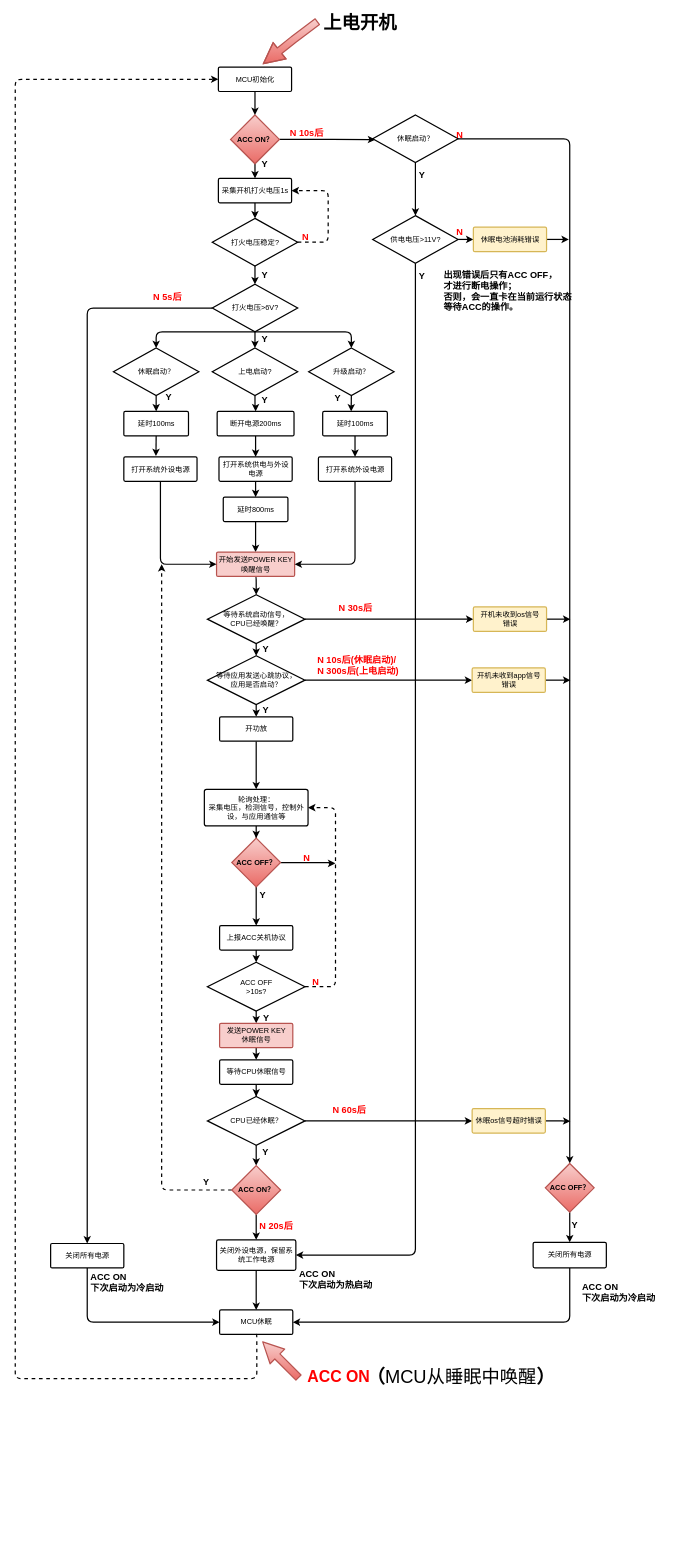
The draw.io diagram page "第 3 页" (3 of 3) of 009_XIUMING.drawio in yintianlan/Picture_Draw, before the edit. Source tidied: cells renumbered, new cells numbered last; positions are measured from the earlier drawing's top-left corner, leaving out a move shared by most shapes. Both pictures are drawn from the tidied source at 61%, with x=0, y=0 at pixel (15, 10).
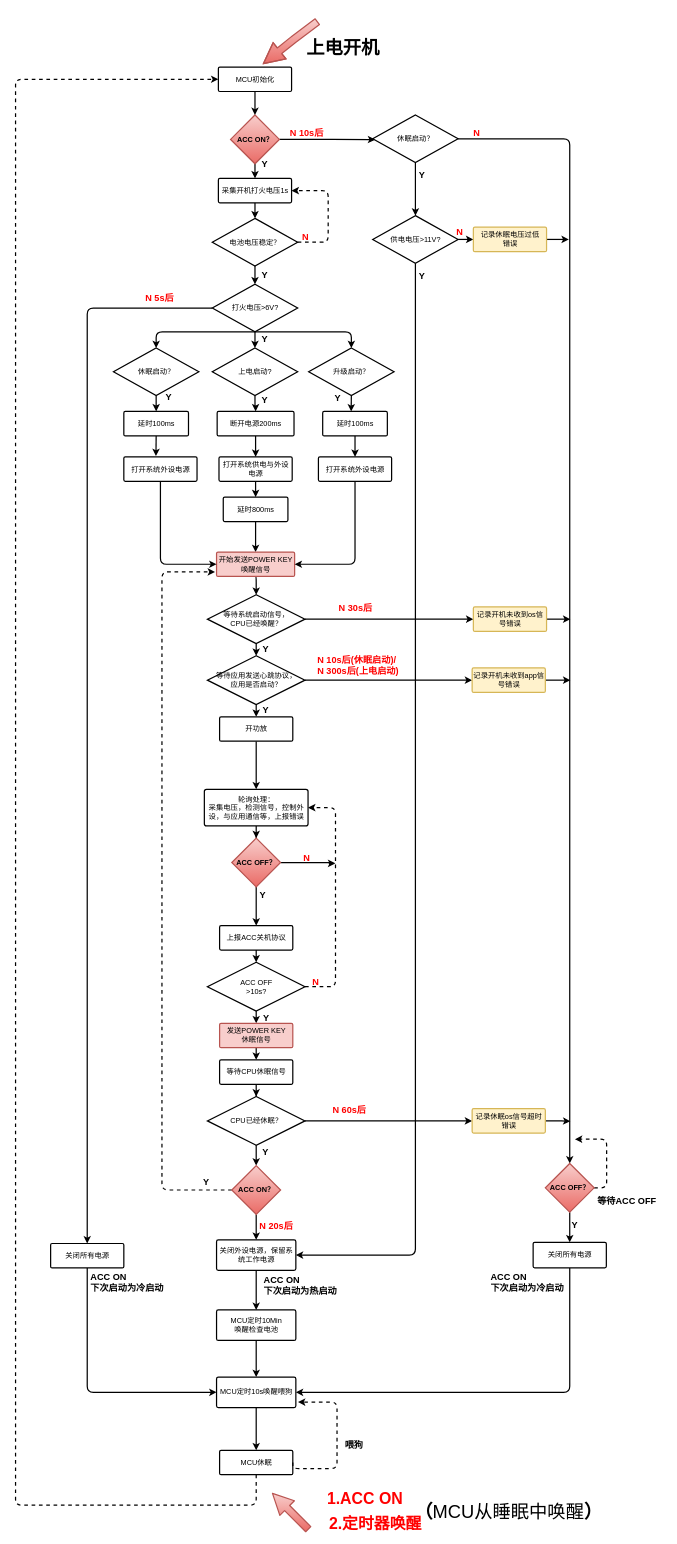
Above is the later version.

The change refers to these unchanged cells:
```xml
<mxCell id="17" value="等待系统启动信号，&lt;br&gt;CPU已经唤醒？" style="strokeWidth=2;html=1;shape=mxgraph.flowchart.decision;whiteSpace=wrap;fillColor=#ffffff;fontFamily=Helvetica;align=center;strokeColor=#000000;" parent="1" vertex="1">
  <mxGeometry x="315.5" y="957.5" width="160" height="80" as="geometry" />
</mxCell>
<mxCell id="33" value="关闭外设电源，保留系统工作电源" style="strokeWidth=2;html=1;shape=mxgraph.flowchart.process;whiteSpace=wrap;fillColor=none;fontFamily=Helvetica;align=center;strokeColor=#000000;" parent="1" vertex="1">
  <mxGeometry x="330.5" y="2015" width="130" height="50" as="geometry" />
</mxCell>
<mxCell id="39" value="MCU初始化" style="strokeWidth=2;html=1;shape=mxgraph.flowchart.process;whiteSpace=wrap;fontFamily=Helvetica;align=center;" parent="1" vertex="1">
  <mxGeometry x="333.5" y="92.5" width="120" height="40" as="geometry" />
</mxCell>
<mxCell id="59" value="&lt;b&gt;ACC ON？&lt;/b&gt;" style="rhombus;whiteSpace=wrap;html=1;strokeWidth=2;fillColor=#f8cecc;fontFamily=Helvetica;align=center;strokeColor=#b85450;gradientColor=#ea6b66;" parent="1" vertex="1">
  <mxGeometry x="355.5" y="1893.3" width="80" height="80" as="geometry" />
</mxCell>
<mxCell id="65" value="关闭所有电源&lt;br&gt;" style="strokeWidth=2;html=1;shape=mxgraph.flowchart.process;whiteSpace=wrap;fillColor=none;fontFamily=Helvetica;align=center;strokeColor=#000000;" parent="1" vertex="1">
  <mxGeometry x="58.5" y="2021" width="120" height="40" as="geometry" />
</mxCell>
<mxCell id="85" value="关闭所有电源" style="strokeWidth=2;html=1;shape=mxgraph.flowchart.process;whiteSpace=wrap;fillColor=none;fontFamily=Helvetica;align=center;strokeColor=#000000;" parent="1" vertex="1">
  <mxGeometry x="849.5" y="2019" width="120" height="42" as="geometry" />
</mxCell>
<mxCell id="91" value="&lt;b&gt;ACC OFF？&lt;/b&gt;" style="rhombus;whiteSpace=wrap;html=1;strokeWidth=2;fillColor=#f8cecc;fontFamily=Helvetica;align=center;strokeColor=#b85450;gradientColor=#ea6b66;" parent="1" vertex="1">
  <mxGeometry x="869.5" y="1889.8" width="80" height="80" as="geometry" />
</mxCell>
```

What changed in the source:
```diff
@@
-    <mxCell id="2" value="&lt;font style=&quot;font-size: 15px&quot;&gt;&lt;b&gt;出现错误后只有ACC OFF，&lt;br&gt;才进行断电操作；&lt;br&gt;否则，会一直卡在当前运行状态&lt;br&gt;等待ACC的操作。&lt;/b&gt;&lt;br&gt;&lt;/font&gt;" style="text;html=1;align=left;verticalAlign=top;spacingTop=-4;" parent="1" vertex="1">
-      <mxGeometry x="700.5" y="420.5" width="240" height="60" as="geometry" />
+    <mxCell id="2" value="&lt;font style=&quot;font-size: 15px&quot;&gt;&lt;br&gt;&lt;/font&gt;" style="text;html=1;align=left;verticalAlign=top;spacingTop=-4;" parent="1" vertex="1">
+      <mxGeometry x="700.5" y="420.5" width="20" height="20" as="geometry" />
     </mxCell>
@@
-    <mxCell id="16" style="edgeStyle=orthogonalEdgeStyle;rounded=1;jettySize=auto;html=1;exitX=1;exitY=0.5;exitDx=0;exitDy=0;exitPerimeter=0;strokeWidth=2;entryX=0;entryY=0.5;entryDx=0;entryDy=0;entryPerimeter=0;" parent="1" edge="1" source="17" target="100">
+    <mxCell id="16" style="edgeStyle=orthogonalEdgeStyle;rounded=1;jettySize=auto;html=1;exitX=1;exitY=0.5;exitDx=0;exitDy=0;exitPerimeter=0;entryX=0;entryY=0.5;entryDx=0;entryDy=0;entryPerimeter=0;strokeWidth=2;" parent="1" edge="1" source="17" target="100">
       <mxGeometry relative="1" as="geometry" />
     </mxCell>
@@
-    <mxCell id="21" value="轮询处理：&lt;br&gt;采集电压，检测信号，控制外设，与应用通信等" style="strokeWidth=2;html=1;shape=mxgraph.flowchart.process;whiteSpace=wrap;fontFamily=Helvetica;align=center;" parent="1" vertex="1">
+    <mxCell id="21" value="轮询处理：&lt;br&gt;采集电压，检测信号，控制外设，与应用通信等，上报错误" style="strokeWidth=2;html=1;shape=mxgraph.flowchart.process;whiteSpace=wrap;fontFamily=Helvetica;align=center;" parent="1" vertex="1">
       <mxGeometry x="310.5" y="1276.5" width="170" height="60" as="geometry" />
     </mxCell>
@@
     <mxCell id="28" style="edgeStyle=orthogonalEdgeStyle;rounded=1;jettySize=auto;html=1;exitX=0.5;exitY=1;exitDx=0;exitDy=0;exitPerimeter=0;strokeWidth=2;entryX=0;entryY=0.5;entryDx=0;entryDy=0;entryPerimeter=0;dashed=1;" parent="1" edge="1" source="29" target="39">
       <mxGeometry relative="1" as="geometry">
         <Array as="points">
-          <mxPoint x="396.5" y="2242.5" />
-          <mxPoint x="0.5" y="2242.5" />
-          <mxPoint x="0.5" y="112.5" />
+          <mxPoint x="396" y="2450" />
+          <mxPoint x="1" y="2450" />
+          <mxPoint x="1" y="112" />
         </Array>
       </mxGeometry>
     </mxCell>
+    <mxCell id="126" style="edgeStyle=orthogonalEdgeStyle;rounded=1;jettySize=auto;html=1;exitX=1;exitY=0.5;exitDx=0;exitDy=0;exitPerimeter=0;strokeWidth=2;dashed=1;" parent="1" edge="1" source="29">
+      <mxGeometry relative="1" as="geometry">
+        <mxPoint x="464" y="2281" as="targetPoint" />
+        <Array as="points">
+          <mxPoint x="528" y="2390" />
+          <mxPoint x="528" y="2281" />
+        </Array>
+      </mxGeometry>
+    </mxCell>
     <mxCell id="29" value="MCU休眠" style="strokeWidth=2;html=1;shape=mxgraph.flowchart.process;whiteSpace=wrap;fillColor=none;fontFamily=Helvetica;align=center;strokeColor=#000000;" parent="1" vertex="1">
-      <mxGeometry x="335.5" y="2130" width="120" height="40" as="geometry" />
+      <mxGeometry x="335.5" y="2360" width="120" height="40" as="geometry" />
     </mxCell>
@@
-    <mxCell id="32" style="edgeStyle=orthogonalEdgeStyle;rounded=0;jettySize=auto;html=1;strokeWidth=2;entryX=0.5;entryY=0;entryDx=0;entryDy=0;entryPerimeter=0;" parent="1" edge="1" source="33" target="29">
-      <mxGeometry relative="1" as="geometry" />
-    </mxCell>
+    <mxCell id="127" style="edgeStyle=orthogonalEdgeStyle;rounded=1;jettySize=auto;html=1;exitX=0.5;exitY=1;exitDx=0;exitDy=0;exitPerimeter=0;entryX=0.5;entryY=0;entryDx=0;entryDy=0;entryPerimeter=0;strokeWidth=2;" parent="1" edge="1" source="33" target="131">
+      <mxGeometry relative="1" as="geometry" />
+    </mxCell>
@@
     <mxCell id="35" style="shape=flexArrow;endArrow=classic;html=1;fillColor=#f8cecc;strokeWidth=2;fontFamily=Helvetica;fontSize=15;strokeColor=#b85450;gradientColor=#ea6b66;width=10.833333333333334;endSize=10.641666666666667;endWidth=20;" parent="1" edge="1">
       <mxGeometry relative="1" as="geometry">
-        <mxPoint x="465.5" y="2241.5" as="sourcePoint" />
-        <mxPoint x="405.5" y="2181.5" as="targetPoint" />
+        <mxPoint x="481.5" y="2490" as="sourcePoint" />
+        <mxPoint x="421.5" y="2430" as="targetPoint" />
       </mxGeometry>
     </mxCell>
     <mxCell id="36" value="&lt;b&gt;ACC ON&lt;br&gt;下次启动为热启动&lt;br&gt;&lt;/b&gt;" style="text;html=1;align=left;verticalAlign=top;spacingTop=-4;fontSize=15;fontFamily=Helvetica;" parent="1" vertex="1">
-      <mxGeometry x="463.5" y="2060" width="140" height="40" as="geometry" />
+      <mxGeometry x="405.5" y="2070" width="140" height="40" as="geometry" />
     </mxCell>
     <mxCell id="37" value="&lt;b&gt;&lt;font style=&quot;font-size: 30px&quot;&gt;上电开机&lt;/font&gt;&lt;/b&gt;" style="text;html=1;align=left;verticalAlign=top;spacingTop=-4;fontSize=15;fontFamily=Helvetica;" parent="1" vertex="1">
-      <mxGeometry x="503.5" width="140" height="20" as="geometry" />
+      <mxGeometry x="475.5" y="40" width="140" height="20" as="geometry" />
     </mxCell>
@@
     <mxCell id="58" style="edgeStyle=orthogonalEdgeStyle;rounded=1;jettySize=auto;html=1;strokeWidth=2;dashed=1;exitX=0;exitY=0.5;exitDx=0;exitDy=0;" parent="1" edge="1" source="59">
       <mxGeometry relative="1" as="geometry">
-        <mxPoint x="240.5" y="907.5" as="targetPoint" />
+        <mxPoint x="328" y="920" as="targetPoint" />
         <Array as="points">
-          <mxPoint x="240.5" y="1933.5" />
-          <mxPoint x="240.5" y="907.5" />
+          <mxPoint x="241" y="1933" />
         </Array>
       </mxGeometry>
     </mxCell>
@@
+    <mxCell id="128" style="edgeStyle=orthogonalEdgeStyle;rounded=1;jettySize=auto;html=1;exitX=0.5;exitY=1;exitDx=0;exitDy=0;exitPerimeter=0;entryX=0;entryY=0.5;entryDx=0;entryDy=0;entryPerimeter=0;strokeWidth=2;" parent="1" edge="1" source="65" target="133">
+      <mxGeometry relative="1" as="geometry" />
+    </mxCell>
@@
-    <mxCell id="66" style="edgeStyle=segmentEdgeStyle;endArrow=classic;html=1;strokeWidth=2;entryX=0;entryY=0.5;entryDx=0;entryDy=0;entryPerimeter=0;exitX=0.5;exitY=1;exitDx=0;exitDy=0;exitPerimeter=0;" parent="1" edge="1" source="65" target="29">
-      <mxGeometry relative="1" as="geometry">
-        <Array as="points">
-          <mxPoint x="119" y="2150" />
-        </Array>
-      </mxGeometry>
-    </mxCell>
@@
     <mxCell id="76" value="&lt;span style=&quot;font-size: 15px&quot;&gt;&lt;font color=&quot;#ff0000&quot;&gt;N 5s后&lt;/font&gt;&lt;/span&gt;" style="text;html=1;align=left;verticalAlign=top;spacingTop=-4;fontFamily=Helvetica;strokeWidth=2;fontSize=15;fontStyle=1;" parent="1" vertex="1">
-      <mxGeometry x="224.5" y="457.5" width="60" height="20" as="geometry" />
+      <mxGeometry x="211.5" y="460" width="60" height="20" as="geometry" />
     </mxCell>
@@
-    <mxCell id="81" value="打火电压稳定?" style="strokeWidth=2;html=1;shape=mxgraph.flowchart.decision;whiteSpace=wrap;fillColor=#ffffff;fontFamily=Helvetica;align=center;strokeColor=#000000;" parent="1" vertex="1">
+    <mxCell id="81" value="电池电压稳定？" style="strokeWidth=2;html=1;shape=mxgraph.flowchart.decision;whiteSpace=wrap;fillColor=#ffffff;fontFamily=Helvetica;align=center;strokeColor=#000000;" parent="1" vertex="1">
       <mxGeometry x="323.5" y="340.5" width="140" height="78" as="geometry" />
     </mxCell>
@@
-    <mxCell id="84" style="edgeStyle=orthogonalEdgeStyle;rounded=1;jettySize=auto;html=1;exitX=0.5;exitY=1;exitDx=0;exitDy=0;exitPerimeter=0;strokeWidth=2;entryX=1;entryY=0.5;entryDx=0;entryDy=0;entryPerimeter=0;" parent="1" edge="1" source="85" target="29">
+    <mxCell id="84" style="edgeStyle=orthogonalEdgeStyle;rounded=1;jettySize=auto;html=1;exitX=0.5;exitY=1;exitDx=0;exitDy=0;exitPerimeter=0;strokeWidth=2;entryX=1;entryY=0.5;entryDx=0;entryDy=0;entryPerimeter=0;" parent="1" edge="1" source="85" target="133">
       <mxGeometry relative="1" as="geometry">
         <Array as="points">
-          <mxPoint x="909" y="2150" />
+          <mxPoint x="910" y="2265" />
         </Array>
       </mxGeometry>
     </mxCell>
@@
+    <mxCell id="129" style="edgeStyle=orthogonalEdgeStyle;rounded=1;jettySize=auto;html=1;exitX=1;exitY=0.5;exitDx=0;exitDy=0;dashed=1;strokeWidth=2;" parent="1" edge="1" source="91">
+      <mxGeometry relative="1" as="geometry">
+        <mxPoint x="918" y="1850" as="targetPoint" />
+        <Array as="points">
+          <mxPoint x="970" y="1930" />
+          <mxPoint x="970" y="1850" />
+        </Array>
+      </mxGeometry>
+    </mxCell>
@@
     <mxCell id="92" value="&lt;font color=&quot;#ff0000&quot;&gt;N&lt;/font&gt;" style="text;html=1;align=left;verticalAlign=top;spacingTop=-4;fontFamily=Helvetica;fontSize=15;fontStyle=1;" parent="1" vertex="1">
-      <mxGeometry x="721.5" y="191.5" width="30" height="20" as="geometry" />
+      <mxGeometry x="749.5" y="188.5" width="30" height="20" as="geometry" />
     </mxCell>
@@
-    <mxCell id="94" value="&lt;font style=&quot;font-size: 26px&quot; color=&quot;#ff0000&quot;&gt;&lt;b&gt;ACC ON&lt;/b&gt;&lt;/font&gt;" style="text;html=1;strokeColor=none;fillColor=none;align=center;verticalAlign=middle;whiteSpace=wrap;rounded=0;" parent="1" vertex="1">
-      <mxGeometry x="455.5" y="2230" width="150" height="20" as="geometry" />
+    <mxCell id="94" value="&lt;font style=&quot;font-size: 26px&quot; color=&quot;#ff0000&quot;&gt;&lt;b&gt;1.ACC ON&lt;/b&gt;&lt;/font&gt;" style="text;html=1;strokeColor=none;fillColor=none;align=center;verticalAlign=middle;whiteSpace=wrap;rounded=0;" parent="1" vertex="1">
+      <mxGeometry x="498.5" y="2430" width="150" height="20" as="geometry" />
     </mxCell>
@@
     <mxCell id="96" value="&lt;font style=&quot;font-size: 30px&quot;&gt;&lt;b&gt;（&lt;/b&gt;MCU从睡眠中唤醒&lt;b&gt;）&lt;/b&gt;&lt;/font&gt;" style="text;html=1;align=left;verticalAlign=top;spacingTop=-4;fontSize=15;fontFamily=Helvetica;" parent="1" vertex="1">
-      <mxGeometry x="574.5" y="2220" width="330" height="20" as="geometry" />
+      <mxGeometry x="653" y="2440" width="330" height="20" as="geometry" />
     </mxCell>
@@
-    <mxCell id="98" value="休眠电池消耗错误" style="strokeWidth=2;html=1;shape=mxgraph.flowchart.process;whiteSpace=wrap;fillColor=#fff2cc;fontFamily=Helvetica;align=center;strokeColor=#d6b656;" parent="1" vertex="1">
+    <mxCell id="98" value="记录休眠电压过低&lt;br&gt;错误" style="strokeWidth=2;html=1;shape=mxgraph.flowchart.process;whiteSpace=wrap;fillColor=#fff2cc;fontFamily=Helvetica;align=center;strokeColor=#d6b656;" parent="1" vertex="1">
       <mxGeometry x="751.5" y="355" width="120" height="40" as="geometry" />
     </mxCell>
@@
-    <mxCell id="100" value="开机未收到os信号&lt;br&gt;错误" style="strokeWidth=2;html=1;shape=mxgraph.flowchart.process;whiteSpace=wrap;fillColor=#fff2cc;fontFamily=Helvetica;align=center;strokeColor=#d6b656;" parent="1" vertex="1">
+    <mxCell id="100" value="记录开机未收到os信号错误" style="strokeWidth=2;html=1;shape=mxgraph.flowchart.process;whiteSpace=wrap;fillColor=#fff2cc;fontFamily=Helvetica;align=center;strokeColor=#d6b656;" parent="1" vertex="1">
       <mxGeometry x="751.5" y="977.5" width="120" height="40" as="geometry" />
     </mxCell>
@@
-    <mxCell id="102" value="开机未收到app信号&lt;br&gt;错误" style="strokeWidth=2;html=1;shape=mxgraph.flowchart.process;whiteSpace=wrap;fillColor=#fff2cc;fontFamily=Helvetica;align=center;strokeColor=#d6b656;" parent="1" vertex="1">
+    <mxCell id="102" value="记录开机未收到app信号错误" style="strokeWidth=2;html=1;shape=mxgraph.flowchart.process;whiteSpace=wrap;fillColor=#fff2cc;fontFamily=Helvetica;align=center;strokeColor=#d6b656;" parent="1" vertex="1">
       <mxGeometry x="749.5" y="1077.5" width="120" height="40" as="geometry" />
     </mxCell>
@@
-    <mxCell id="104" value="休眠os信号超时错误" style="strokeWidth=2;html=1;shape=mxgraph.flowchart.process;whiteSpace=wrap;fillColor=#fff2cc;fontFamily=Helvetica;align=center;strokeColor=#d6b656;" parent="1" vertex="1">
+    <mxCell id="104" value="记录休眠os信号超时错误" style="strokeWidth=2;html=1;shape=mxgraph.flowchart.process;whiteSpace=wrap;fillColor=#fff2cc;fontFamily=Helvetica;align=center;strokeColor=#d6b656;" parent="1" vertex="1">
       <mxGeometry x="749.5" y="1800" width="120" height="40" as="geometry" />
     </mxCell>
@@
     <mxCell id="125" value="&lt;b&gt;ACC ON&lt;br&gt;下次启动为冷启动&lt;br&gt;&lt;/b&gt;" style="text;html=1;align=left;verticalAlign=top;spacingTop=-4;fontSize=15;fontFamily=Helvetica;" parent="1" vertex="1">
-      <mxGeometry x="928" y="2080" width="140" height="40" as="geometry" />
+      <mxGeometry x="778" y="2065" width="140" height="40" as="geometry" />
     </mxCell>
+    <mxCell id="130" style="edgeStyle=orthogonalEdgeStyle;rounded=1;jettySize=auto;html=1;exitX=0.5;exitY=1;exitDx=0;exitDy=0;exitPerimeter=0;entryX=0.5;entryY=0;entryDx=0;entryDy=0;entryPerimeter=0;strokeWidth=2;" parent="1" edge="1" source="131" target="133">
+      <mxGeometry relative="1" as="geometry" />
+    </mxCell>
+    <mxCell id="131" value="MCU定时10Min&lt;br&gt;唤醒检查电池" style="strokeWidth=2;html=1;shape=mxgraph.flowchart.process;whiteSpace=wrap;fillColor=none;fontFamily=Helvetica;align=center;strokeColor=#000000;" parent="1" vertex="1">
+      <mxGeometry x="330.5" y="2130" width="130" height="50" as="geometry" />
+    </mxCell>
+    <mxCell id="132" style="edgeStyle=orthogonalEdgeStyle;rounded=1;jettySize=auto;html=1;exitX=0.5;exitY=1;exitDx=0;exitDy=0;exitPerimeter=0;strokeWidth=2;" parent="1" edge="1" source="133" target="29">
+      <mxGeometry relative="1" as="geometry" />
+    </mxCell>
+    <mxCell id="133" value="&lt;span style=&quot;text-align: left ; white-space: nowrap&quot;&gt;MCU定时10s唤醒喂狗&lt;/span&gt;" style="strokeWidth=2;html=1;shape=mxgraph.flowchart.process;whiteSpace=wrap;fillColor=none;fontFamily=Helvetica;align=center;strokeColor=#000000;" parent="1" vertex="1">
+      <mxGeometry x="330.5" y="2240" width="130" height="50" as="geometry" />
+    </mxCell>
+    <mxCell id="134" value="&lt;font style=&quot;font-size: 26px&quot; color=&quot;#ff0000&quot;&gt;&lt;b&gt;2.定时器唤醒&lt;br&gt;&lt;/b&gt;&lt;/font&gt;" style="text;html=1;strokeColor=none;fillColor=none;align=center;verticalAlign=middle;whiteSpace=wrap;rounded=0;" parent="1" vertex="1">
+      <mxGeometry x="485.5" y="2470" width="210" height="20" as="geometry" />
+    </mxCell>
+    <mxCell id="135" value="&lt;b&gt;&lt;font style=&quot;font-size: 15px&quot;&gt;喂狗&lt;/font&gt;&lt;/b&gt;" style="text;html=1;align=left;verticalAlign=top;spacingTop=-4;" parent="1" vertex="1">
+      <mxGeometry x="538.5" y="2340" width="50" height="20" as="geometry" />
+    </mxCell>
+    <mxCell id="136" value="&lt;b&gt;&lt;font style=&quot;font-size: 15px&quot;&gt;等待ACC OFF&lt;/font&gt;&lt;/b&gt;" style="text;html=1;align=left;verticalAlign=top;spacingTop=-4;" parent="1" vertex="1">
+      <mxGeometry x="953" y="1940" width="110" height="20" as="geometry" />
+    </mxCell>
```
